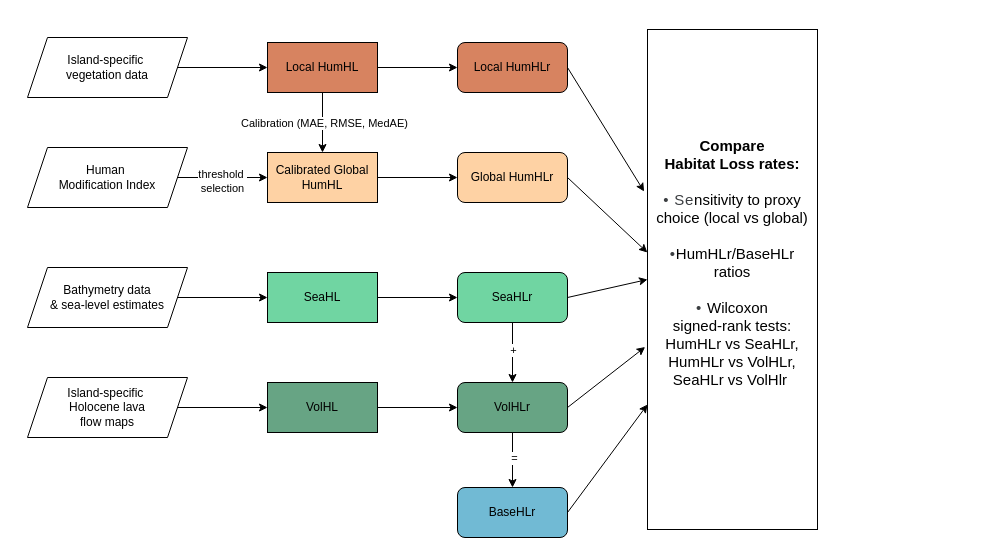
Above: HNR_workflow.drawio in giuliamalisani/island-habitat-loss-supplementary-materials (draw.io), before the change. Source tidied: cells renumbered, new cells numbered last; positions are measured from the earlier drawing's top-left corner, leaving out a move shared by most shapes. Both pictures are drawn from the tidied source at 100%, with x=0, y=0 at pixel (27, 29).
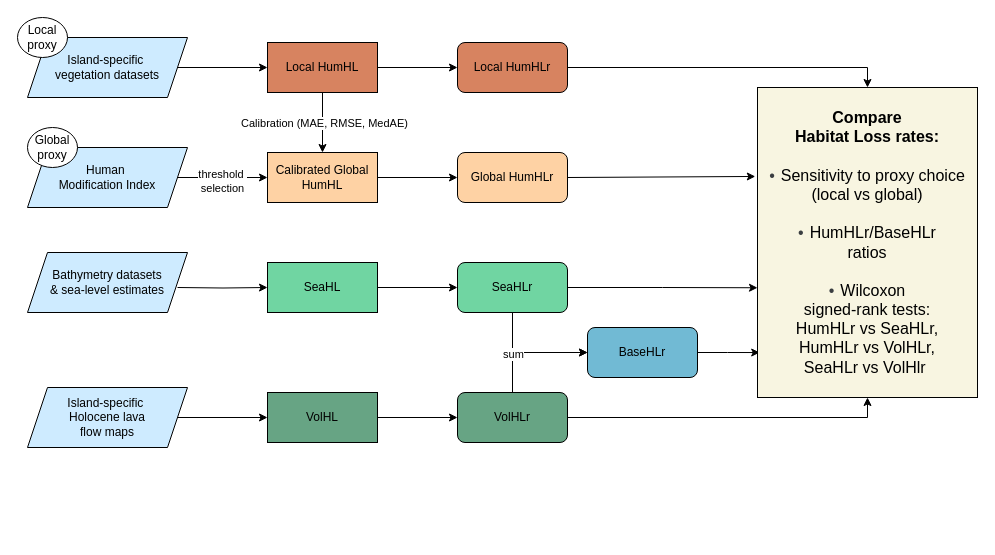
The same diagram, later.

The change refers to these unchanged cells:
```xml
<mxCell id="21" value="Local HumHLr" style="rounded=1;whiteSpace=wrap;html=1;fillColor=#C2410CA6;" parent="1" vertex="1">
  <mxGeometry x="430" y="13" width="110" height="50" as="geometry" />
</mxCell>
<mxCell id="22" value="Global HumHLr" style="rounded=1;whiteSpace=wrap;html=1;fillColor=#FDBA74A6;" parent="1" vertex="1">
  <mxGeometry x="430" y="123" width="110" height="50" as="geometry" />
</mxCell>
```

Diff of the diagram source:
```diff
@@
     <mxCell id="9" value="SeaHL" style="rounded=0;whiteSpace=wrap;html=1;gradientColor=none;fillColor=light-dark(#24BF70A6,#24BF70A6);" parent="1" vertex="1">
-      <mxGeometry x="240" y="243" width="110" height="50" as="geometry" />
+      <mxGeometry x="240" y="233" width="110" height="50" as="geometry" />
     </mxCell>
@@
     <mxCell id="11" value="VolHL" style="rounded=0;whiteSpace=wrap;html=1;fillColor=#167343A6;" parent="1" vertex="1">
-      <mxGeometry x="240" y="353" width="110" height="50" as="geometry" />
+      <mxGeometry x="240" y="363" width="110" height="50" as="geometry" />
     </mxCell>
@@
-    <mxCell id="13" value="Island-specific&amp;nbsp;&lt;div&gt;vegetation data&lt;/div&gt;" style="shape=parallelogram;perimeter=parallelogramPerimeter;whiteSpace=wrap;html=1;fixedSize=1;" parent="1" vertex="1">
+    <mxCell id="13" value="Island-specific&amp;nbsp;&lt;div&gt;vegetation datasets&lt;/div&gt;" style="shape=parallelogram;perimeter=parallelogramPerimeter;whiteSpace=wrap;html=1;fixedSize=1;fillColor=#CEEBFF;" parent="1" vertex="1">
       <mxGeometry y="8" width="160" height="60" as="geometry" />
     </mxCell>
@@
-    <mxCell id="16" value="Human&amp;nbsp;&lt;div&gt;Modification Index&lt;/div&gt;" style="shape=parallelogram;perimeter=parallelogramPerimeter;whiteSpace=wrap;html=1;fixedSize=1;" parent="1" vertex="1">
+    <mxCell id="16" value="Human&amp;nbsp;&lt;div&gt;Modification Index&lt;/div&gt;" style="shape=parallelogram;perimeter=parallelogramPerimeter;whiteSpace=wrap;html=1;fixedSize=1;fillColor=#CEEBFF;" parent="1" vertex="1">
       <mxGeometry y="118" width="160" height="60" as="geometry" />
     </mxCell>
-    <mxCell id="17" style="edgeStyle=orthogonalEdgeStyle;rounded=0;jettySize=auto;html=1;entryX=0;entryY=0.5;entryDx=0;entryDy=0;" parent="1" edge="1" source="18" target="9">
-      <mxGeometry relative="1" as="geometry" />
+    <mxCell id="17" style="edgeStyle=orthogonalEdgeStyle;rounded=0;jettySize=auto;html=1;entryX=0;entryY=0.5;entryDx=0;entryDy=0;" parent="1" edge="1" target="9">
+      <mxGeometry relative="1" as="geometry">
+        <mxPoint x="150" y="258" as="sourcePoint" />
+      </mxGeometry>
     </mxCell>
-    <mxCell id="18" value="Bathymetry data &lt;br&gt;&amp;amp; sea-level estimates" style="shape=parallelogram;perimeter=parallelogramPerimeter;whiteSpace=wrap;html=1;fixedSize=1;" parent="1" vertex="1">
-      <mxGeometry y="238" width="160" height="60" as="geometry" />
+    <mxCell id="18" value="Bathymetry datasets&lt;br&gt;&amp;amp; sea-level estimates" style="shape=parallelogram;perimeter=parallelogramPerimeter;whiteSpace=wrap;html=1;fixedSize=1;fillColor=#CEEBFF;" parent="1" vertex="1">
+      <mxGeometry y="223" width="160" height="60" as="geometry" />
     </mxCell>
@@
-    <mxCell id="20" value="Island-specific&amp;nbsp;&lt;div&gt;&lt;span style=&quot;background-color: transparent; color: light-dark(rgb(0, 0, 0), rgb(255, 255, 255));&quot;&gt;Holocene lava &lt;br&gt;flow maps&lt;/span&gt;&lt;/div&gt;" style="shape=parallelogram;perimeter=parallelogramPerimeter;whiteSpace=wrap;html=1;fixedSize=1;" parent="1" vertex="1">
-      <mxGeometry y="348" width="160" height="60" as="geometry" />
+    <mxCell id="20" value="Island-specific&amp;nbsp;&lt;div&gt;&lt;span style=&quot;background-color: transparent; color: light-dark(rgb(0, 0, 0), rgb(255, 255, 255));&quot;&gt;Holocene lava &lt;br&gt;flow maps&lt;/span&gt;&lt;/div&gt;" style="shape=parallelogram;perimeter=parallelogramPerimeter;whiteSpace=wrap;html=1;fixedSize=1;fillColor=#CEEBFF;" parent="1" vertex="1">
+      <mxGeometry y="358" width="160" height="60" as="geometry" />
     </mxCell>
+    <mxCell id="31" style="edgeStyle=orthogonalEdgeStyle;rounded=0;jettySize=auto;html=1;entryX=0.5;entryY=0;entryDx=0;entryDy=0;" parent="1" edge="1" source="21" target="30">
+      <mxGeometry relative="1" as="geometry" />
+    </mxCell>
@@
-    <mxCell id="23" style="edgeStyle=orthogonalEdgeStyle;rounded=0;jettySize=auto;html=1;exitX=0.5;exitY=1;exitDx=0;exitDy=0;entryX=0.5;entryY=0;entryDx=0;entryDy=0;" parent="1" edge="1" source="25" target="28">
-      <mxGeometry relative="1" as="geometry" />
-    </mxCell>
-    <mxCell id="24" value="+" style="edgeLabel;html=1;align=center;verticalAlign=middle;" parent="23" vertex="1">
-      <mxGeometry x="-0.09" relative="1" as="geometry" />
-    </mxCell>
+    <mxCell id="36" style="edgeStyle=orthogonalEdgeStyle;rounded=0;jettySize=auto;html=1;entryX=0;entryY=0.5;entryDx=0;entryDy=0;exitX=0.5;exitY=1;exitDx=0;exitDy=0;" parent="1" edge="1" source="25" target="29">
+      <mxGeometry relative="1" as="geometry" />
+    </mxCell>
     <mxCell id="25" value="SeaHLr" style="rounded=1;whiteSpace=wrap;html=1;fillColor=light-dark(#24BF70A6,#24BF70A6);" parent="1" vertex="1">
-      <mxGeometry x="430" y="243" width="110" height="50" as="geometry" />
+      <mxGeometry x="430" y="233" width="110" height="50" as="geometry" />
     </mxCell>
-    <mxCell id="26" style="edgeStyle=orthogonalEdgeStyle;rounded=0;jettySize=auto;html=1;" parent="1" edge="1" source="28" target="29">
+    <mxCell id="26" style="edgeStyle=orthogonalEdgeStyle;rounded=0;jettySize=auto;html=1;exitX=0.5;exitY=0;exitDx=0;exitDy=0;entryX=0;entryY=0.5;entryDx=0;entryDy=0;" parent="1" edge="1" source="28" target="29">
       <mxGeometry relative="1" as="geometry" />
     </mxCell>
-    <mxCell id="27" value="=" style="edgeLabel;html=1;align=center;verticalAlign=middle;" parent="26" vertex="1">
-      <mxGeometry x="-0.1" y="1" relative="1" as="geometry" />
-    </mxCell>
+    <mxCell id="37" value="sum" style="edgeLabel;html=1;align=center;verticalAlign=middle;" parent="26" vertex="1">
+      <mxGeometry x="-0.56" y="-1" relative="1" as="geometry">
+        <mxPoint x="-1" y="-14" as="offset" />
+      </mxGeometry>
+    </mxCell>
+    <mxCell id="34" style="edgeStyle=orthogonalEdgeStyle;rounded=0;jettySize=auto;html=1;entryX=0.5;entryY=1;entryDx=0;entryDy=0;" parent="1" edge="1" source="28" target="30">
+      <mxGeometry relative="1" as="geometry" />
+    </mxCell>
     <mxCell id="28" value="VolHLr" style="rounded=1;whiteSpace=wrap;html=1;fillColor=#167343A6;" parent="1" vertex="1">
-      <mxGeometry x="430" y="353" width="110" height="50" as="geometry" />
+      <mxGeometry x="430" y="363" width="110" height="50" as="geometry" />
     </mxCell>
+    <mxCell id="35" style="edgeStyle=orthogonalEdgeStyle;rounded=0;jettySize=auto;html=1;entryX=0.01;entryY=0.855;entryDx=0;entryDy=0;entryPerimeter=0;" parent="1" edge="1" source="29" target="30">
+      <mxGeometry relative="1" as="geometry" />
+    </mxCell>
     <mxCell id="29" value="BaseHLr" style="rounded=1;whiteSpace=wrap;html=1;fillColor=#2596BEA6;" parent="1" vertex="1">
-      <mxGeometry x="430" y="458" width="110" height="50" as="geometry" />
+      <mxGeometry x="560" y="298" width="110" height="50" as="geometry" />
     </mxCell>
-    <mxCell id="30" value="&lt;font style=&quot;font-size: 15px;&quot; face=&quot;Helvetica&quot;&gt;&lt;b style=&quot;&quot;&gt;Compare &lt;br&gt;Habitat Loss rates:&lt;/b&gt;&lt;/font&gt;&lt;div&gt;&lt;span style=&quot;font-size: 15px;&quot;&gt;&lt;b&gt;&lt;br&gt;&lt;/b&gt;&lt;/span&gt;&lt;/div&gt;&lt;div&gt;&lt;span style=&quot;background-color: rgb(255, 255, 255); color: rgb(59, 62, 65); font-size: 15px; font-variant-ligatures: no-common-ligatures; letter-spacing: 0.76px; text-align: left;&quot;&gt;•&amp;nbsp;&lt;/span&gt;&lt;font face=&quot;Helvetica&quot; style=&quot;font-size: 15px;&quot;&gt;&lt;span style=&quot;background-color: rgb(255, 255, 255); color: rgb(59, 62, 65); font-variant-ligatures: no-common-ligatures; letter-spacing: 0.76px; text-align: left;&quot;&gt;Se&lt;/span&gt;&lt;span style=&quot;background-color: transparent; color: light-dark(rgb(0, 0, 0), rgb(255, 255, 255));&quot;&gt;n&lt;/span&gt;&lt;span style=&quot;background-color: transparent; color: light-dark(rgb(0, 0, 0), rgb(255, 255, 255));&quot;&gt;si&lt;/span&gt;&lt;span style=&quot;background-color: transparent; color: light-dark(rgb(0, 0, 0), rgb(255, 255, 255));&quot;&gt;tivity to proxy choice (local vs global)&lt;/span&gt;&lt;/font&gt;&lt;span style=&quot;font-size: 15px;&quot;&gt;&lt;b&gt;&lt;br&gt;&lt;/b&gt;&lt;/span&gt;&lt;div&gt;&lt;font style=&quot;font-size: 15px;&quot; face=&quot;Helvetica&quot;&gt;&lt;b&gt;&lt;br&gt;&lt;/b&gt;&lt;/font&gt;&lt;div&gt;&lt;font style=&quot;font-size: 15px;&quot; face=&quot;Helvetica&quot;&gt;&lt;span style=&quot;background-color: rgb(255, 255, 255); color: rgb(59, 62, 65); font-variant-ligatures: no-common-ligatures; letter-spacing: 0.76px; text-align: left;&quot;&gt;•&lt;/span&gt;&lt;span style=&quot;background-color: transparent; color: light-dark(rgb(0, 0, 0), rgb(255, 255, 255));&quot;&gt;HumHLr/BaseHLr&lt;br&gt;&lt;/span&gt;&lt;span style=&quot;background-color: transparent; color: light-dark(rgb(0, 0, 0), rgb(255, 255, 255));&quot;&gt;ratios&lt;/span&gt;&lt;/font&gt;&lt;/div&gt;&lt;div&gt;&lt;span style=&quot;background-color: transparent; color: light-dark(rgb(0, 0, 0), rgb(255, 255, 255));&quot;&gt;&lt;font style=&quot;font-size: 15px;&quot; face=&quot;Helvetica&quot;&gt;&lt;br&gt;&lt;/font&gt;&lt;/span&gt;&lt;/div&gt;&lt;div&gt;&lt;font style=&quot;font-size: 15px;&quot; face=&quot;Helvetica&quot;&gt;&lt;span style=&quot;background-color: rgb(255, 255, 255); color: rgb(59, 62, 65); font-variant-ligatures: no-common-ligatures; letter-spacing: 0.76px; text-align: left;&quot;&gt;•&amp;nbsp;&lt;/span&gt;&lt;span style=&quot;background-color: transparent; color: light-dark(rgb(0, 0, 0), rgb(255, 255, 255));&quot;&gt;Wilcoxon &lt;br&gt;signed-rank tests: &lt;br&gt;HumHLr vs SeaHLr, HumHLr vs VolHLr,&lt;br&gt;SeaHLr vs VolHlr&amp;nbsp;&lt;/span&gt;&lt;/font&gt;&lt;/div&gt;&lt;div&gt;&lt;font style=&quot;font-size: 15px;&quot; face=&quot;Helvetica&quot;&gt;&lt;font style=&quot;&quot;&gt;&lt;font&gt;&lt;span style=&quot;background-color: rgb(255, 255, 255); color: rgb(59, 62, 65); font-variant-ligatures: no-common-ligatures; letter-spacing: 0.76px; text-align: left;&quot;&gt;&lt;br&gt;&lt;/span&gt;&lt;/font&gt;&lt;/font&gt;&lt;/font&gt;&lt;/div&gt;&lt;div&gt;&lt;br&gt;&lt;/div&gt;&lt;/div&gt;&lt;/div&gt;" style="rounded=0;whiteSpace=wrap;html=1;" parent="1" vertex="1">
-      <mxGeometry x="620" width="170" height="500" as="geometry" />
+    <mxCell id="30" value="&lt;font style=&quot;font-size: 16px;&quot; face=&quot;Helvetica&quot;&gt;&lt;b style=&quot;&quot;&gt;Compare &lt;br&gt;Habitat Loss rates:&lt;/b&gt;&lt;/font&gt;&lt;div&gt;&lt;b&gt;&lt;font style=&quot;font-size: 16px;&quot;&gt;&lt;br&gt;&lt;/font&gt;&lt;/b&gt;&lt;/div&gt;&lt;div&gt;&lt;font style=&quot;font-size: 16px;&quot;&gt;&lt;span style=&quot;color: rgb(59, 62, 65); font-variant-ligatures: no-common-ligatures; letter-spacing: 0.76px; text-align: left; background-color: transparent;&quot;&gt;•&amp;nbsp;&lt;/span&gt;&lt;span&gt;&lt;font face=&quot;Helvetica&quot; style=&quot;&quot;&gt;&lt;span style=&quot;color: light-dark(rgb(0, 0, 0), rgb(255, 255, 255));&quot;&gt;Sen&lt;/span&gt;&lt;span style=&quot;color: light-dark(rgb(0, 0, 0), rgb(255, 255, 255));&quot;&gt;si&lt;/span&gt;&lt;span style=&quot;color: light-dark(rgb(0, 0, 0), rgb(255, 255, 255));&quot;&gt;tivity to proxy choice (local vs global)&lt;/span&gt;&lt;/font&gt;&lt;span style=&quot;background-color: light-dark(#ffffff, var(--ge-dark-color, #121212));&quot;&gt;&lt;b&gt;&lt;br&gt;&lt;/b&gt;&lt;/span&gt;&lt;/span&gt;&lt;/font&gt;&lt;div&gt;&lt;font style=&quot;font-size: 16px;&quot; face=&quot;Helvetica&quot;&gt;&lt;b style=&quot;background-color: light-dark(#ffffff, var(--ge-dark-color, #121212));&quot;&gt;&lt;br&gt;&lt;/b&gt;&lt;/font&gt;&lt;div&gt;&lt;font style=&quot;font-size: 16px;&quot; face=&quot;Helvetica&quot;&gt;&lt;span&gt;&lt;span style=&quot;color: rgb(59, 62, 65); font-variant-ligatures: no-common-ligatures; letter-spacing: 0.76px; text-align: left;&quot;&gt;•&amp;nbsp;&lt;/span&gt;&lt;span style=&quot;color: light-dark(rgb(0, 0, 0), rgb(255, 255, 255));&quot;&gt;H&lt;/span&gt;&lt;/span&gt;&lt;span style=&quot;background-color: transparent; color: light-dark(rgb(0, 0, 0), rgb(255, 255, 255));&quot;&gt;umHLr/BaseHLr&lt;br&gt;&lt;/span&gt;&lt;span style=&quot;background-color: transparent; color: light-dark(rgb(0, 0, 0), rgb(255, 255, 255));&quot;&gt;ratios&lt;/span&gt;&lt;/font&gt;&lt;/div&gt;&lt;div&gt;&lt;span style=&quot;background-color: transparent; color: light-dark(rgb(0, 0, 0), rgb(255, 255, 255));&quot;&gt;&lt;font style=&quot;font-size: 16px;&quot; face=&quot;Helvetica&quot;&gt;&lt;br&gt;&lt;/font&gt;&lt;/span&gt;&lt;/div&gt;&lt;div&gt;&lt;font style=&quot;font-size: 16px;&quot; face=&quot;Helvetica&quot;&gt;&lt;span style=&quot;color: rgb(59, 62, 65); font-variant-ligatures: no-common-ligatures; letter-spacing: 0.76px; text-align: left;&quot;&gt;•&amp;nbsp;&lt;/span&gt;&lt;span style=&quot;background-color: transparent; color: light-dark(rgb(0, 0, 0), rgb(255, 255, 255));&quot;&gt;Wilcoxon &lt;br&gt;signed-rank tests: &lt;br&gt;HumHLr vs SeaHLr, &lt;br&gt;HumHLr vs VolHLr,&lt;br&gt;SeaHLr vs VolHlr&amp;nbsp;&lt;/span&gt;&lt;/font&gt;&lt;/div&gt;&lt;/div&gt;&lt;/div&gt;" style="rounded=0;whiteSpace=wrap;html=1;fillColor=#F8F5E1;" parent="1" vertex="1">
+      <mxGeometry x="730" y="58" width="220" height="310" as="geometry" />
     </mxCell>
-    <mxCell id="31" style="endArrow=classic;html=1;rounded=0;entryX=-0.02;entryY=0.324;entryDx=0;entryDy=0;entryPerimeter=0;exitX=1;exitY=0.5;exitDx=0;exitDy=0;" parent="1" edge="1" source="21" target="30">
-      <mxGeometry relative="1" as="geometry" />
-    </mxCell>
-    <mxCell id="32" style="endArrow=classic;html=1;rounded=0;entryX=-0.001;entryY=0.446;entryDx=0;entryDy=0;entryPerimeter=0;exitX=1;exitY=0.5;exitDx=0;exitDy=0;" parent="1" edge="1" source="22" target="30">
+    <mxCell id="32" style="endArrow=classic;html=1;rounded=0;entryX=-0.01;entryY=0.287;entryDx=0;entryDy=0;exitX=1;exitY=0.5;exitDx=0;exitDy=0;entryPerimeter=0;" parent="1" edge="1" source="22" target="30">
       <mxGeometry relative="1" as="geometry" />
     </mxCell>
+    <mxCell id="38" value="Local proxy" style="ellipse;whiteSpace=wrap;html=1;" parent="1" vertex="1">
+      <mxGeometry x="-10" y="-12" width="50" height="40" as="geometry" />
+    </mxCell>
+    <mxCell id="39" value="Global proxy" style="ellipse;whiteSpace=wrap;html=1;" parent="1" vertex="1">
+      <mxGeometry y="98" width="50" height="40" as="geometry" />
+    </mxCell>
-    <mxCell id="33" style="endArrow=classic;html=1;rounded=0;entryX=0;entryY=0.5;entryDx=0;entryDy=0;exitX=1;exitY=0.5;exitDx=0;exitDy=0;" parent="1" edge="1" source="25" target="30">
+    <mxCell id="33" style="edgeStyle=orthogonalEdgeStyle;rounded=0;jettySize=auto;html=1;entryX=0;entryY=0.646;entryDx=0;entryDy=0;entryPerimeter=0;" parent="1" edge="1" source="25" target="30">
       <mxGeometry relative="1" as="geometry" />
     </mxCell>
-    <mxCell id="34" style="endArrow=classic;html=1;rounded=0;entryX=-0.014;entryY=0.635;entryDx=0;entryDy=0;entryPerimeter=0;exitX=1;exitY=0.5;exitDx=0;exitDy=0;" parent="1" edge="1" source="28" target="30">
-      <mxGeometry relative="1" as="geometry" />
-    </mxCell>
-    <mxCell id="35" style="endArrow=classic;html=1;rounded=0;entryX=0;entryY=0.75;entryDx=0;entryDy=0;exitX=1;exitY=0.5;exitDx=0;exitDy=0;" parent="1" edge="1" source="29" target="30">
-      <mxGeometry relative="1" as="geometry" />
-    </mxCell>
```
